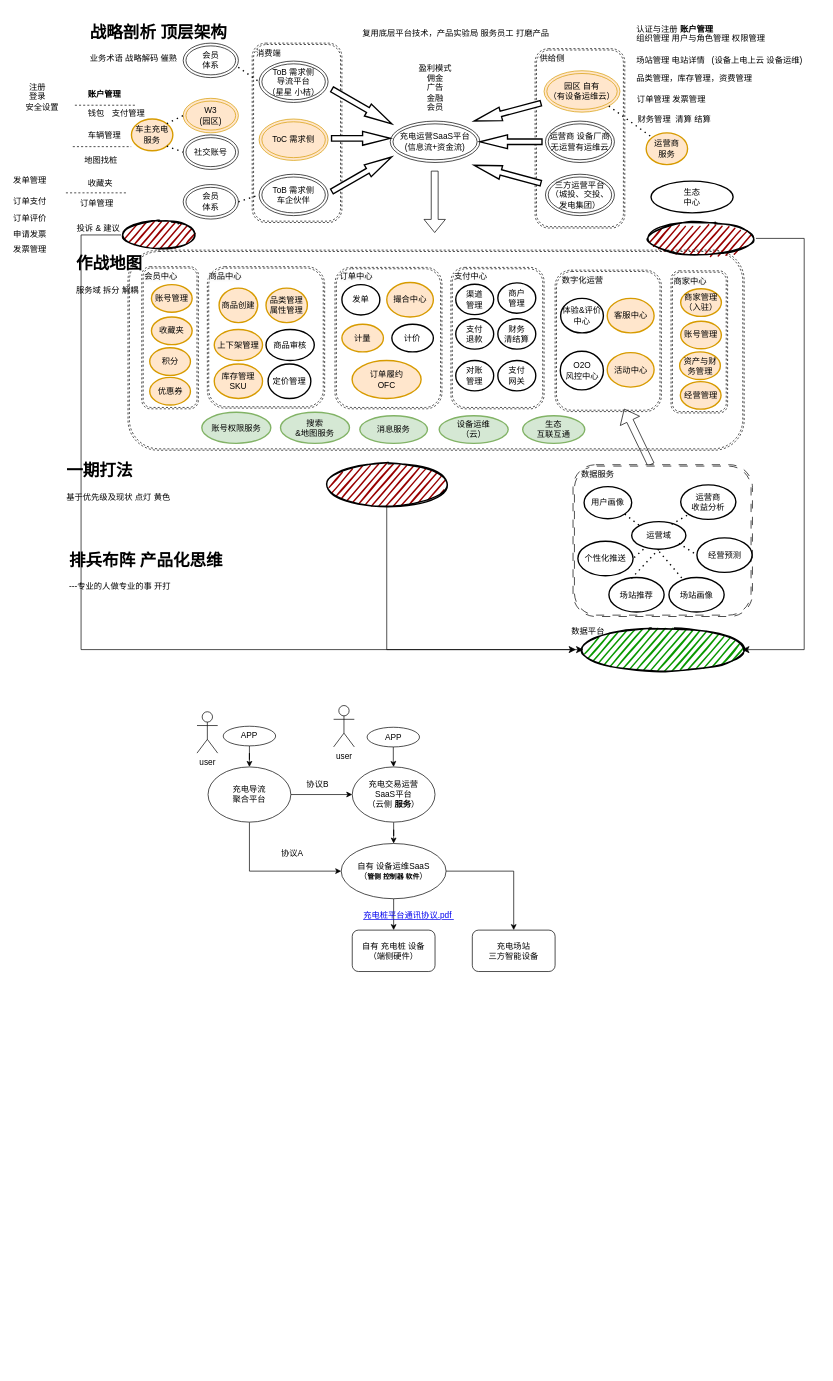
Before: page "第 2 页" (1 of 2) of OO.drawio in numenshane/draw.io, a draw.io diagram. Source tidied: cells renumbered, new cells numbered last; positions are measured from the earlier drawing's top-left corner, leaving out a move shared by most shapes. Both pictures are drawn from the tidied source at 69%, with x=0, y=0 at pixel (12, 14).
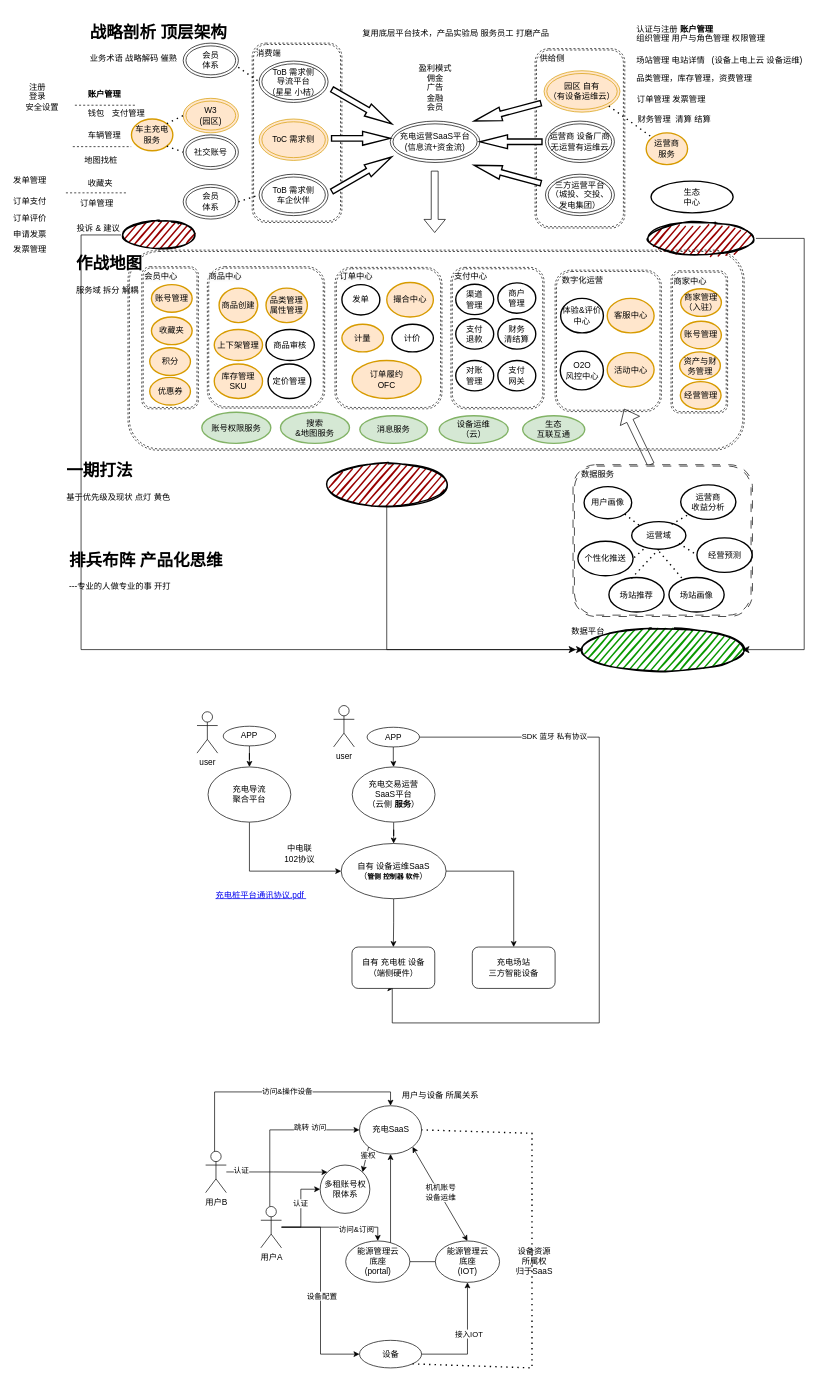
The same diagram, later.

Unchanged cells that the change refers to:
```xml
<mxCell id="119" value="充电交易运营&lt;br&gt;SaaS平台&lt;br&gt;（云侧&amp;nbsp;&lt;b&gt;服务&lt;/b&gt;）" style="ellipse;whiteSpace=wrap;html=1;" parent="1" vertex="1">
  <mxGeometry x="493" y="1091" width="120" height="80" as="geometry" />
</mxCell>
<mxCell id="122" value="充电导流&lt;br&gt;聚合平台" style="ellipse;whiteSpace=wrap;html=1;" parent="1" vertex="1">
  <mxGeometry x="284" y="1091" width="120" height="80" as="geometry" />
</mxCell>
<mxCell id="128" value="APP" style="ellipse;whiteSpace=wrap;html=1;" parent="1" vertex="1">
  <mxGeometry x="514.5" y="1033.5" width="76" height="28.5" as="geometry" />
</mxCell>
```

What changed in the source:
```diff
@@
-    <mxCell id="121" style="edgeStyle=orthogonalEdgeStyle;rounded=0;jettySize=auto;html=1;entryX=0;entryY=0.5;entryDx=0;entryDy=0;" parent="1" edge="1" source="122" target="119">
-      <mxGeometry relative="1" as="geometry" />
-    </mxCell>
@@
+    <mxCell id="152" style="edgeStyle=orthogonalEdgeStyle;rounded=0;jettySize=auto;html=1;entryX=0.5;entryY=1;entryDx=0;entryDy=0;" parent="1" edge="1" source="128" target="129">
+      <mxGeometry relative="1" as="geometry">
+        <Array as="points">
+          <mxPoint x="851" y="1048" />
+          <mxPoint x="851" y="1462" />
+          <mxPoint x="551" y="1462" />
+          <mxPoint x="551" y="1412" />
+        </Array>
+      </mxGeometry>
+    </mxCell>
+    <mxCell id="153" value="SDK 蓝牙 私有协议" style="edgeLabel;html=1;align=center;verticalAlign=middle;" parent="152" vertex="1">
+      <mxGeometry x="-0.62" y="1" relative="1" as="geometry" />
+    </mxCell>
@@
     <mxCell id="129" value="自有 充电桩 设备&lt;br style=&quot;border-color: var(--border-color);&quot;&gt;（端侧硬件）" style="rounded=1;whiteSpace=wrap;html=1;" parent="1" vertex="1">
-      <mxGeometry x="493" y="1327.5" width="120" height="60" as="geometry" />
+      <mxGeometry x="492.6" y="1352" width="120" height="60" as="geometry" />
     </mxCell>
     <mxCell id="130" value="充电场站&lt;br style=&quot;border-color: var(--border-color);&quot;&gt;三方智能设备" style="rounded=1;whiteSpace=wrap;html=1;" parent="1" vertex="1">
-      <mxGeometry x="667" y="1327.5" width="120" height="60" as="geometry" />
+      <mxGeometry x="667" y="1352" width="120" height="60" as="geometry" />
     </mxCell>
@@
-    <mxCell id="149" value="协议A&amp;nbsp;" style="text;html=1;strokeColor=none;fillColor=none;align=center;verticalAlign=middle;whiteSpace=wrap;rounded=0;" parent="1" vertex="1">
-      <mxGeometry x="378" y="1202" width="60" height="30" as="geometry" />
-    </mxCell>
-    <mxCell id="150" value="协议B" style="text;html=1;strokeColor=none;fillColor=none;align=center;verticalAlign=middle;whiteSpace=wrap;rounded=0;" parent="1" vertex="1">
-      <mxGeometry x="413" y="1102" width="60" height="30" as="geometry" />
+    <mxCell id="150" value="中电联 102协议" style="text;html=1;strokeColor=none;fillColor=none;align=center;verticalAlign=middle;whiteSpace=wrap;rounded=0;" parent="1" vertex="1">
+      <mxGeometry x="386.5" y="1202" width="60" height="30" as="geometry" />
     </mxCell>
     <mxCell id="151" value="&lt;a href=&quot;https://max.book118.com/html/2019/0120/6131223011002003.shtm&quot;&gt;充电桩平台通讯协议.pdf&amp;nbsp;&lt;/a&gt;" style="text;html=1;strokeColor=none;fillColor=none;align=center;verticalAlign=middle;whiteSpace=wrap;rounded=0;" parent="1" vertex="1">
-      <mxGeometry x="489" y="1292" width="172" height="30" as="geometry" />
+      <mxGeometry x="274.5" y="1262" width="172" height="30" as="geometry" />
     </mxCell>
+    <mxCell id="154" style="edgeStyle=orthogonalEdgeStyle;rounded=0;jettySize=auto;html=1;" parent="1" edge="1" source="156" target="158">
+      <mxGeometry relative="1" as="geometry" />
+    </mxCell>
+    <mxCell id="155" value="接入IOT" style="edgeLabel;html=1;align=center;verticalAlign=middle;" parent="154" vertex="1">
+      <mxGeometry x="0.13" y="-1" relative="1" as="geometry" />
+    </mxCell>
+    <mxCell id="156" value="设备" style="ellipse;whiteSpace=wrap;html=1;" parent="1" vertex="1">
+      <mxGeometry x="503.5" y="1922" width="90" height="40" as="geometry" />
+    </mxCell>
+    <mxCell id="157" style="edgeStyle=orthogonalEdgeStyle;rounded=0;jettySize=auto;html=1;entryX=0.5;entryY=1;entryDx=0;entryDy=0;" parent="1" edge="1" source="158" target="159">
+      <mxGeometry relative="1" as="geometry" />
+    </mxCell>
+    <mxCell id="158" value="能源管理云&lt;br&gt;底座&lt;br&gt;(IOT)" style="ellipse;whiteSpace=wrap;html=1;" parent="1" vertex="1">
+      <mxGeometry x="613.5" y="1778" width="93" height="60" as="geometry" />
+    </mxCell>
+    <mxCell id="159" value="充电SaaS" style="ellipse;whiteSpace=wrap;html=1;" parent="1" vertex="1">
+      <mxGeometry x="503.5" y="1582" width="90" height="70" as="geometry" />
+    </mxCell>
+    <mxCell id="160" style="edgeStyle=orthogonalEdgeStyle;rounded=0;jettySize=auto;html=1;entryX=0;entryY=0.5;entryDx=0;entryDy=0;" parent="1" edge="1" source="168" target="156">
+      <mxGeometry relative="1" as="geometry" />
+    </mxCell>
+    <mxCell id="161" value="设备配置" style="edgeLabel;html=1;align=center;verticalAlign=middle;" parent="160" vertex="1">
+      <mxGeometry x="0.06" y="1" relative="1" as="geometry">
+        <mxPoint y="-1" as="offset" />
+      </mxGeometry>
+    </mxCell>
+    <mxCell id="162" style="edgeStyle=orthogonalEdgeStyle;rounded=0;jettySize=auto;html=1;entryX=0.5;entryY=0;entryDx=0;entryDy=0;" parent="1" edge="1" source="168" target="170">
+      <mxGeometry relative="1" as="geometry" />
+    </mxCell>
+    <mxCell id="163" value="访问&amp;amp;订阅" style="edgeLabel;html=1;align=center;verticalAlign=middle;" parent="162" vertex="1">
+      <mxGeometry x="0.36" y="-3" relative="1" as="geometry" />
+    </mxCell>
+    <mxCell id="164" style="edgeStyle=orthogonalEdgeStyle;rounded=0;jettySize=auto;html=1;entryX=0;entryY=0.5;entryDx=0;entryDy=0;" parent="1" edge="1" source="168" target="159">
+      <mxGeometry relative="1" as="geometry">
+        <Array as="points">
+          <mxPoint x="373.5" y="1617" />
+        </Array>
+      </mxGeometry>
+    </mxCell>
+    <mxCell id="165" value="跳转 访问" style="edgeLabel;html=1;align=center;verticalAlign=middle;" parent="164" vertex="1">
+      <mxGeometry x="0.4" y="5" relative="1" as="geometry" />
+    </mxCell>
+    <mxCell id="166" style="edgeStyle=orthogonalEdgeStyle;rounded=0;jettySize=auto;html=1;" parent="1" edge="1" source="168" target="175">
+      <mxGeometry relative="1" as="geometry" />
+    </mxCell>
+    <mxCell id="167" value="认证" style="edgeLabel;html=1;align=center;verticalAlign=middle;" parent="166" vertex="1">
+      <mxGeometry x="0.13" y="1" relative="1" as="geometry" />
+    </mxCell>
+    <mxCell id="168" value="用户A" style="shape=umlActor;verticalLabelPosition=bottom;verticalAlign=top;html=1;outlineConnect=0;" parent="1" vertex="1">
+      <mxGeometry x="360.5" y="1728" width="30" height="60" as="geometry" />
+    </mxCell>
+    <mxCell id="169" style="endArrow=none;dashed=1;html=1;dashPattern=1 3;strokeWidth=2;rounded=0;entryX=1;entryY=0.5;entryDx=0;entryDy=0;exitX=1;exitY=1;exitDx=0;exitDy=0;" parent="1" edge="1" source="156" target="159">
+      <mxGeometry relative="1" as="geometry">
+        <Array as="points">
+          <mxPoint x="753.5" y="1962" />
+          <mxPoint x="753.5" y="1792" />
+          <mxPoint x="753.5" y="1622" />
+        </Array>
+      </mxGeometry>
+    </mxCell>
+    <mxCell id="170" value="能源管理云&lt;br&gt;底座&lt;br&gt;(portal)" style="ellipse;whiteSpace=wrap;html=1;" parent="1" vertex="1">
+      <mxGeometry x="483.5" y="1778" width="93" height="60" as="geometry" />
+    </mxCell>
+    <mxCell id="171" value="设备资源&lt;br&gt;所属权&lt;br&gt;归于SaaS" style="text;html=1;strokeColor=none;fillColor=none;align=center;verticalAlign=middle;whiteSpace=wrap;rounded=0;" parent="1" vertex="1">
+      <mxGeometry x="727" y="1793" width="60" height="30" as="geometry" />
+    </mxCell>
+    <mxCell id="172" style="endArrow=classic;startArrow=classic;html=1;rounded=0;exitX=1;exitY=1;exitDx=0;exitDy=0;entryX=0.5;entryY=0;entryDx=0;entryDy=0;" parent="1" edge="1" source="159" target="158">
+      <mxGeometry relative="1" as="geometry" />
+    </mxCell>
+    <mxCell id="173" value="机机账号&lt;br&gt;设备运维" style="edgeLabel;html=1;align=center;verticalAlign=middle;" parent="172" vertex="1">
+      <mxGeometry x="-0.02" y="1" relative="1" as="geometry" />
+    </mxCell>
+    <mxCell id="174" value="用户与设备 所属关系" style="text;html=1;strokeColor=none;fillColor=none;align=center;verticalAlign=middle;whiteSpace=wrap;rounded=0;" parent="1" vertex="1">
+      <mxGeometry x="560.5" y="1552" width="120" height="30" as="geometry" />
+    </mxCell>
+    <mxCell id="175" value="&lt;br&gt;多租账号权限体系" style="ellipse;whiteSpace=wrap;html=1;verticalAlign=top;" parent="1" vertex="1">
+      <mxGeometry x="446.5" y="1668" width="72" height="70" as="geometry" />
+    </mxCell>
+    <mxCell id="176" style="edgeStyle=orthogonalEdgeStyle;rounded=0;jettySize=auto;html=1;entryX=0;entryY=0;entryDx=0;entryDy=0;" parent="1" edge="1" source="180" target="175">
+      <mxGeometry relative="1" as="geometry" />
+    </mxCell>
+    <mxCell id="177" value="认证" style="edgeLabel;html=1;align=center;verticalAlign=middle;" parent="176" vertex="1">
+      <mxGeometry x="-0.68" y="3" relative="1" as="geometry">
+        <mxPoint x="-2" as="offset" />
+      </mxGeometry>
+    </mxCell>
+    <mxCell id="178" style="edgeStyle=orthogonalEdgeStyle;rounded=0;jettySize=auto;html=1;entryX=0.5;entryY=0;entryDx=0;entryDy=0;" parent="1" edge="1" source="180" target="159">
+      <mxGeometry relative="1" as="geometry">
+        <Array as="points">
+          <mxPoint x="293.5" y="1562" />
+          <mxPoint x="548.5" y="1562" />
+        </Array>
+      </mxGeometry>
+    </mxCell>
+    <mxCell id="179" value="访问&amp;amp;操作设备" style="edgeLabel;html=1;align=center;verticalAlign=middle;" parent="178" vertex="1">
+      <mxGeometry x="0.06" y="2" relative="1" as="geometry" />
+    </mxCell>
+    <mxCell id="180" value="用户B" style="shape=umlActor;verticalLabelPosition=bottom;verticalAlign=top;html=1;outlineConnect=0;" parent="1" vertex="1">
+      <mxGeometry x="280.5" y="1648" width="30" height="60" as="geometry" />
+    </mxCell>
+    <mxCell id="181" style="endArrow=classic;html=1;rounded=0;exitX=0;exitY=1;exitDx=0;exitDy=0;entryX=1;entryY=0;entryDx=0;entryDy=0;" parent="1" edge="1" source="159" target="175">
+      <mxGeometry relative="1" as="geometry" />
+    </mxCell>
+    <mxCell id="182" value="鉴权" style="edgeLabel;html=1;align=center;verticalAlign=middle;" parent="181" vertex="1">
+      <mxGeometry x="-0.35" y="2" relative="1" as="geometry" />
+    </mxCell>
```
